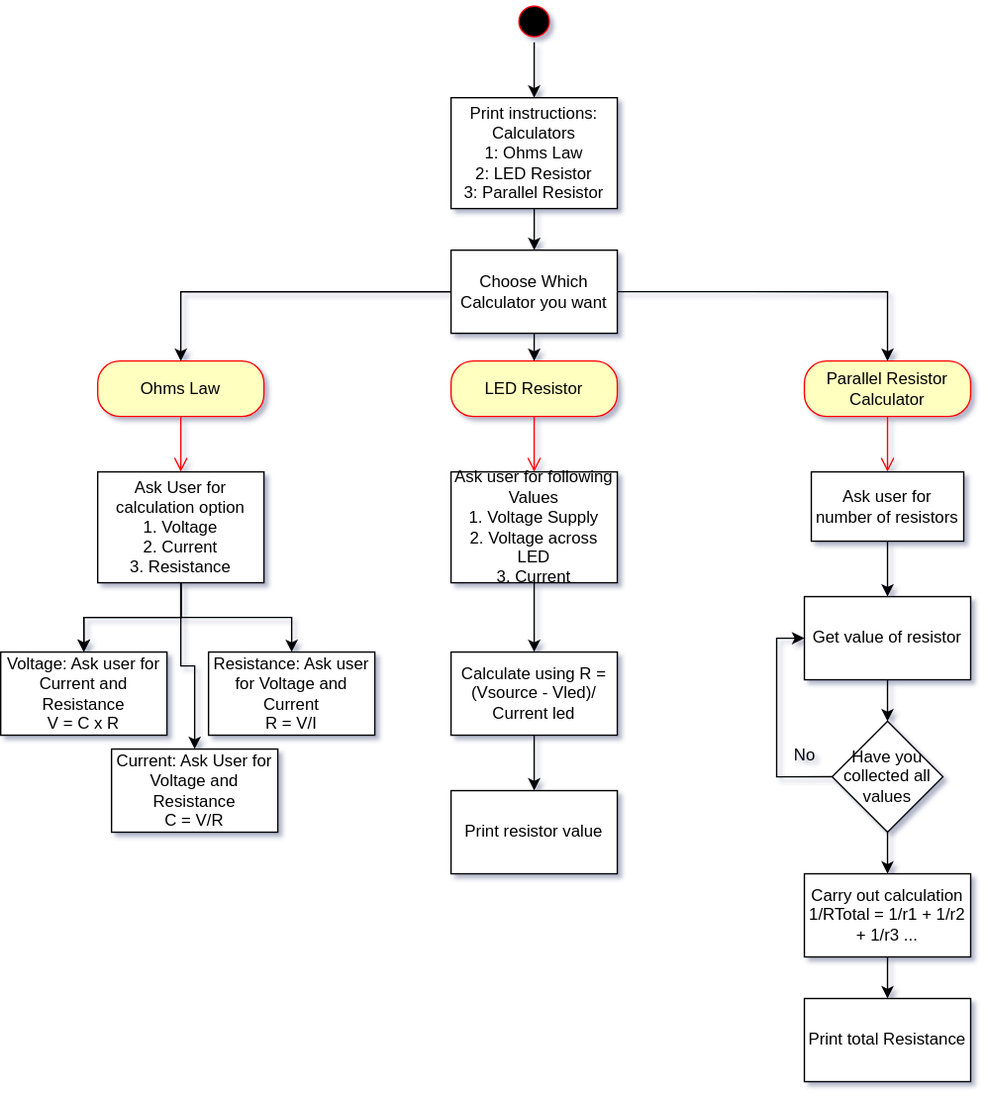
JFinnTeacher/PME-Coding-with-Syntax keeps this draw.io diagram as Code Folder/engineeringCalc.drawio.svg. Above is the earlier version. Source tidied: cells renumbered, new cells last; positions are measured from the earlier drawing's top-left corner, leaving out a move shared by most shapes. Source of this version:
```xml
<mxGraphModel shadow="1">
  <root>
    <mxCell id="0" />
    <mxCell id="1" parent="0" />
    <mxCell id="2" style="edgeStyle=orthogonalEdgeStyle;rounded=0;jettySize=auto;html=1;" parent="1" edge="1" source="3" target="5">
      <mxGeometry relative="1" as="geometry" />
    </mxCell>
    <mxCell id="3" style="ellipse;html=1;shape=startState;fillColor=#000000;strokeColor=#ff0000;" parent="1" vertex="1">
      <mxGeometry x="370" width="30" height="30" as="geometry" />
    </mxCell>
    <mxCell id="4" style="edgeStyle=orthogonalEdgeStyle;rounded=0;jettySize=auto;html=1;" parent="1" edge="1" source="5" target="9">
      <mxGeometry relative="1" as="geometry" />
    </mxCell>
    <mxCell id="5" value="&lt;div&gt;Print instructions: Calculators&lt;/div&gt;&lt;div&gt;1: Ohms Law&lt;/div&gt;&lt;div&gt;2: LED Resistor&lt;/div&gt;&lt;div&gt;3: Parallel Resistor&lt;br&gt;&lt;/div&gt;" style="whiteSpace=wrap;html=1;gradientColor=none;shadow=0;glass=0;rounded=0;" parent="1" vertex="1">
      <mxGeometry x="325" y="70" width="120" height="80" as="geometry" />
    </mxCell>
    <mxCell id="6" style="edgeStyle=orthogonalEdgeStyle;rounded=0;jettySize=auto;html=1;entryX=0.5;entryY=0;entryDx=0;entryDy=0;" parent="1" edge="1" source="9" target="10">
      <mxGeometry relative="1" as="geometry" />
    </mxCell>
    <mxCell id="7" style="edgeStyle=orthogonalEdgeStyle;rounded=0;jettySize=auto;html=1;exitX=0.5;exitY=1;exitDx=0;exitDy=0;entryX=0.5;entryY=0;entryDx=0;entryDy=0;" parent="1" edge="1" source="9" target="12">
      <mxGeometry relative="1" as="geometry" />
    </mxCell>
    <mxCell id="8" style="edgeStyle=orthogonalEdgeStyle;rounded=0;jettySize=auto;html=1;exitX=1;exitY=0.5;exitDx=0;exitDy=0;entryX=0.5;entryY=0;entryDx=0;entryDy=0;" parent="1" edge="1" source="9" target="14">
      <mxGeometry relative="1" as="geometry" />
    </mxCell>
    <mxCell id="9" value="&lt;div&gt;Choose Which &lt;br&gt;&lt;/div&gt;&lt;div&gt;Calculator you want&lt;br&gt;&lt;/div&gt;" style="whiteSpace=wrap;html=1;gradientColor=none;shadow=0;glass=0;rounded=0;" parent="1" vertex="1">
      <mxGeometry x="325" y="180" width="120" height="60" as="geometry" />
    </mxCell>
    <mxCell id="10" value="Ohms Law" style="rounded=1;whiteSpace=wrap;html=1;arcSize=40;fontColor=#000000;fillColor=#ffffc0;strokeColor=#ff0000;" parent="1" vertex="1">
      <mxGeometry x="70" y="260" width="120" height="40" as="geometry" />
    </mxCell>
    <mxCell id="11" style="edgeStyle=orthogonalEdgeStyle;html=1;verticalAlign=bottom;endArrow=open;endSize=8;strokeColor=#ff0000;rounded=0;entryX=0.5;entryY=0;entryDx=0;entryDy=0;" parent="1" edge="1" source="10" target="35">
      <mxGeometry relative="1" as="geometry" />
    </mxCell>
    <mxCell id="12" value="LED Resistor" style="rounded=1;whiteSpace=wrap;html=1;arcSize=40;fontColor=#000000;fillColor=#ffffc0;strokeColor=#ff0000;" parent="1" vertex="1">
      <mxGeometry x="325" y="260" width="120" height="40" as="geometry" />
    </mxCell>
    <mxCell id="13" style="edgeStyle=orthogonalEdgeStyle;html=1;verticalAlign=bottom;endArrow=open;endSize=8;strokeColor=#ff0000;rounded=0;entryX=0.5;entryY=0;entryDx=0;entryDy=0;" parent="1" edge="1" source="12" target="28">
      <mxGeometry relative="1" as="geometry" />
    </mxCell>
    <mxCell id="14" value="Parallel Resistor Calculator" style="rounded=1;whiteSpace=wrap;html=1;arcSize=40;fontColor=#000000;fillColor=#ffffc0;strokeColor=#ff0000;" parent="1" vertex="1">
      <mxGeometry x="580" y="260" width="120" height="40" as="geometry" />
    </mxCell>
    <mxCell id="15" style="edgeStyle=orthogonalEdgeStyle;html=1;verticalAlign=bottom;endArrow=open;endSize=8;strokeColor=#ff0000;rounded=0;entryX=0.5;entryY=0;entryDx=0;entryDy=0;" parent="1" edge="1" source="14" target="17">
      <mxGeometry relative="1" as="geometry" />
    </mxCell>
    <mxCell id="16" style="edgeStyle=orthogonalEdgeStyle;rounded=0;jettySize=auto;html=1;" parent="1" edge="1" source="17" target="19">
      <mxGeometry relative="1" as="geometry" />
    </mxCell>
    <mxCell id="17" value="Ask user for number of resistors" style="html=1;whiteSpace=wrap;" parent="1" vertex="1">
      <mxGeometry x="585" y="340" width="110" height="50" as="geometry" />
    </mxCell>
    <mxCell id="18" style="edgeStyle=orthogonalEdgeStyle;rounded=0;jettySize=auto;html=1;" parent="1" edge="1" source="19" target="22">
      <mxGeometry relative="1" as="geometry" />
    </mxCell>
    <mxCell id="19" value="Get value of resistor" style="whiteSpace=wrap;html=1;" parent="1" vertex="1">
      <mxGeometry x="580" y="430" width="120" height="60" as="geometry" />
    </mxCell>
    <mxCell id="20" style="edgeStyle=orthogonalEdgeStyle;rounded=0;jettySize=auto;html=1;exitX=0;exitY=0.5;exitDx=0;exitDy=0;entryX=0;entryY=0.5;entryDx=0;entryDy=0;" parent="1" edge="1" source="22" target="19">
      <mxGeometry relative="1" as="geometry" />
    </mxCell>
    <mxCell id="21" style="edgeStyle=orthogonalEdgeStyle;rounded=0;jettySize=auto;html=1;" parent="1" edge="1" source="22" target="25">
      <mxGeometry relative="1" as="geometry" />
    </mxCell>
    <mxCell id="22" value="Have you collected all values" style="rhombus;whiteSpace=wrap;html=1;" parent="1" vertex="1">
      <mxGeometry x="600" y="520" width="80" height="80" as="geometry" />
    </mxCell>
    <mxCell id="23" value="No" style="text;html=1;align=center;verticalAlign=middle;strokeColor=none;fillColor=none;" parent="1" vertex="1">
      <mxGeometry x="560" y="530" width="40" height="30" as="geometry" />
    </mxCell>
    <mxCell id="24" style="edgeStyle=orthogonalEdgeStyle;rounded=0;jettySize=auto;html=1;" parent="1" edge="1" source="25" target="26">
      <mxGeometry relative="1" as="geometry" />
    </mxCell>
    <mxCell id="25" value="&lt;div&gt;Carry out calculation&lt;/div&gt;&lt;div&gt;1/RTotal = 1/r1 + 1/r2 + 1/r3 ...&lt;br&gt;&lt;/div&gt;" style="whiteSpace=wrap;html=1;" parent="1" vertex="1">
      <mxGeometry x="580" y="630" width="120" height="60" as="geometry" />
    </mxCell>
    <mxCell id="26" value="Print total Resistance" style="whiteSpace=wrap;html=1;" parent="1" vertex="1">
      <mxGeometry x="580" y="720" width="120" height="60" as="geometry" />
    </mxCell>
    <mxCell id="27" style="edgeStyle=orthogonalEdgeStyle;rounded=0;jettySize=auto;html=1;" parent="1" edge="1" source="28" target="30">
      <mxGeometry relative="1" as="geometry" />
    </mxCell>
    <mxCell id="28" value="&lt;div&gt;Ask user for following Values&lt;/div&gt;&lt;div&gt;1. Voltage Supply&lt;/div&gt;&lt;div&gt;2. Voltage across LED&lt;/div&gt;&lt;div&gt;3. Current&lt;br&gt;&lt;/div&gt;" style="whiteSpace=wrap;html=1;" parent="1" vertex="1">
      <mxGeometry x="325" y="340" width="120" height="80" as="geometry" />
    </mxCell>
    <mxCell id="29" style="edgeStyle=orthogonalEdgeStyle;rounded=0;jettySize=auto;html=1;" parent="1" edge="1" source="30" target="31">
      <mxGeometry relative="1" as="geometry" />
    </mxCell>
    <mxCell id="30" value="Calculate using R = (Vsource - Vled)/ Current led" style="whiteSpace=wrap;html=1;" parent="1" vertex="1">
      <mxGeometry x="325" y="470" width="120" height="60" as="geometry" />
    </mxCell>
    <mxCell id="31" value="Print resistor value" style="whiteSpace=wrap;html=1;" parent="1" vertex="1">
      <mxGeometry x="325" y="570" width="120" height="60" as="geometry" />
    </mxCell>
    <mxCell id="32" style="edgeStyle=orthogonalEdgeStyle;rounded=0;jettySize=auto;html=1;" parent="1" edge="1" source="35" target="36">
      <mxGeometry relative="1" as="geometry" />
    </mxCell>
    <mxCell id="33" style="edgeStyle=orthogonalEdgeStyle;rounded=0;jettySize=auto;html=1;" parent="1" edge="1" source="35" target="36">
      <mxGeometry relative="1" as="geometry" />
    </mxCell>
    <mxCell id="34" style="edgeStyle=orthogonalEdgeStyle;rounded=0;jettySize=auto;html=1;exitX=0.5;exitY=1;exitDx=0;exitDy=0;entryX=0.5;entryY=0;entryDx=0;entryDy=0;" parent="1" edge="1" source="35" target="39">
      <mxGeometry relative="1" as="geometry" />
    </mxCell>
    <mxCell id="35" value="&lt;div&gt;Ask User for calculation option&lt;/div&gt;&lt;div&gt;1. Voltage&lt;/div&gt;&lt;div&gt;2. Current&lt;/div&gt;&lt;div&gt;3. Resistance&lt;br&gt;&lt;/div&gt;" style="whiteSpace=wrap;html=1;" parent="1" vertex="1">
      <mxGeometry x="70" y="340" width="120" height="80" as="geometry" />
    </mxCell>
    <mxCell id="36" value="&lt;div&gt;Voltage: Ask user for Current and Resistance&lt;/div&gt;&lt;div&gt;V = C x R&lt;br&gt;&lt;/div&gt;" style="whiteSpace=wrap;html=1;" parent="1" vertex="1">
      <mxGeometry y="470" width="120" height="60" as="geometry" />
    </mxCell>
    <mxCell id="37" value="&lt;div&gt;Current: Ask User for Voltage and Resistance &lt;br&gt;&lt;/div&gt;&lt;div&gt;C = V/R&lt;br&gt;&lt;/div&gt;" style="whiteSpace=wrap;html=1;" parent="1" vertex="1">
      <mxGeometry x="80" y="540" width="120" height="60" as="geometry" />
    </mxCell>
    <mxCell id="38" style="edgeStyle=orthogonalEdgeStyle;rounded=0;jettySize=auto;html=1;exitX=0.5;exitY=1;exitDx=0;exitDy=0;entryX=0.5;entryY=0;entryDx=0;entryDy=0;" parent="1" edge="1" source="35" target="37">
      <mxGeometry relative="1" as="geometry" />
    </mxCell>
    <mxCell id="39" value="&lt;div&gt;Resistance: Ask user for Voltage and Current&lt;/div&gt;&lt;div&gt;R = V/I&lt;br&gt;&lt;/div&gt;" style="whiteSpace=wrap;html=1;" parent="1" vertex="1">
      <mxGeometry x="150" y="470" width="120" height="60" as="geometry" />
    </mxCell>
  </root>
</mxGraphModel>
```
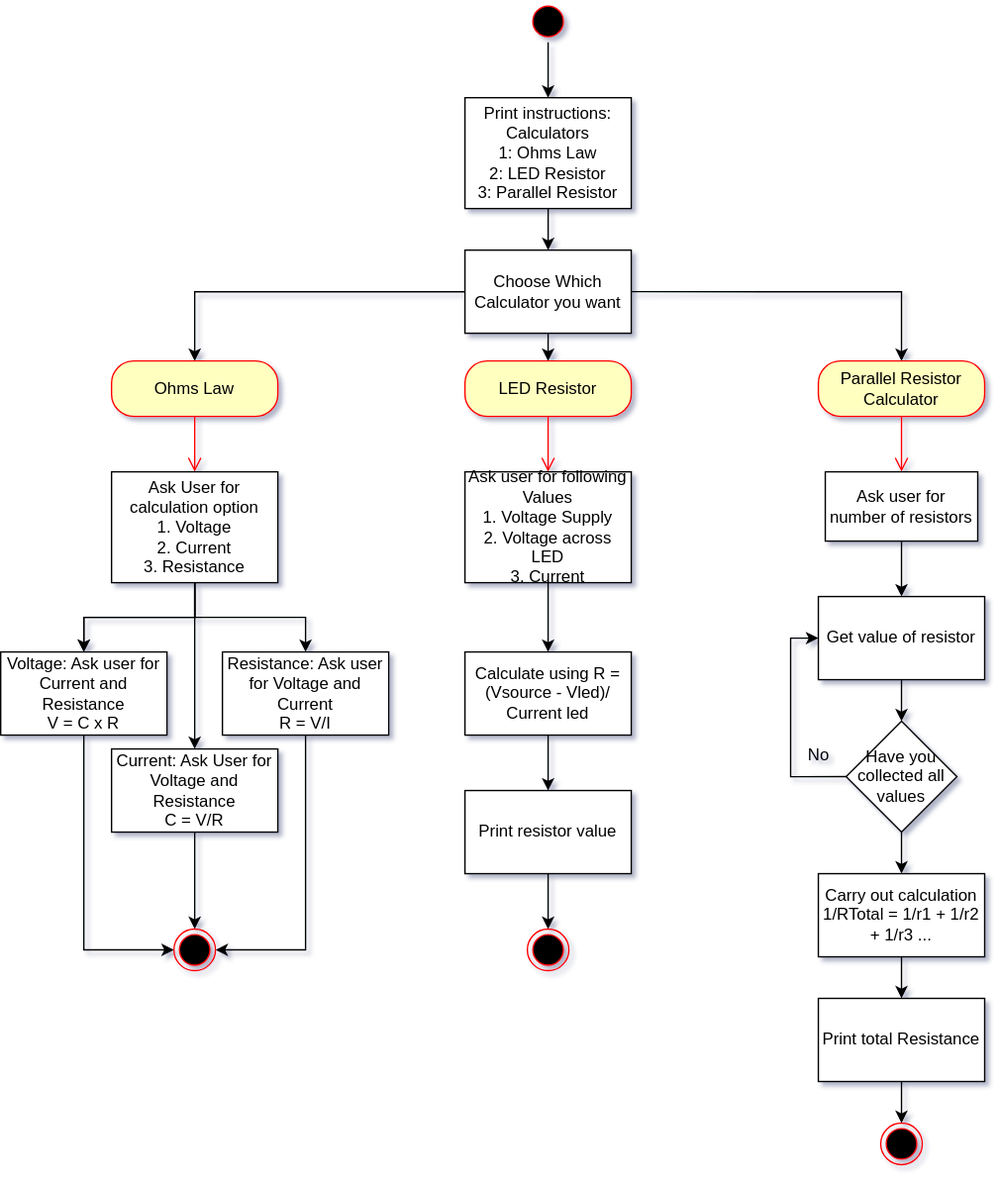
Later version of the same file.

Change to the diagram source:
```diff
@@ -74,6 +74,9 @@
     <mxCell id="25" value="&lt;div&gt;Carry out calculation&lt;/div&gt;&lt;div&gt;1/RTotal = 1/r1 + 1/r2 + 1/r3 ...&lt;br&gt;&lt;/div&gt;" style="whiteSpace=wrap;html=1;" parent="1" vertex="1">
       <mxGeometry x="580" y="630" width="120" height="60" as="geometry" />
     </mxCell>
+    <mxCell id="40" style="edgeStyle=orthogonalEdgeStyle;rounded=0;jettySize=auto;html=1;exitX=0.5;exitY=1;exitDx=0;exitDy=0;entryX=0.5;entryY=0;entryDx=0;entryDy=0;" parent="1" edge="1" source="26" target="47">
+      <mxGeometry relative="1" as="geometry" />
+    </mxCell>
     <mxCell id="26" value="Print total Resistance" style="whiteSpace=wrap;html=1;" parent="1" vertex="1">
       <mxGeometry x="580" y="720" width="120" height="60" as="geometry" />
     </mxCell>
@@ -89,6 +92,9 @@
     <mxCell id="30" value="Calculate using R = (Vsource - Vled)/ Current led" style="whiteSpace=wrap;html=1;" parent="1" vertex="1">
       <mxGeometry x="325" y="470" width="120" height="60" as="geometry" />
     </mxCell>
+    <mxCell id="41" style="edgeStyle=orthogonalEdgeStyle;rounded=0;jettySize=auto;html=1;exitX=0.5;exitY=1;exitDx=0;exitDy=0;entryX=0.5;entryY=0;entryDx=0;entryDy=0;" parent="1" edge="1" source="31" target="46">
+      <mxGeometry relative="1" as="geometry" />
+    </mxCell>
     <mxCell id="31" value="Print resistor value" style="whiteSpace=wrap;html=1;" parent="1" vertex="1">
       <mxGeometry x="325" y="570" width="120" height="60" as="geometry" />
     </mxCell>
@@ -104,17 +110,35 @@
     <mxCell id="35" value="&lt;div&gt;Ask User for calculation option&lt;/div&gt;&lt;div&gt;1. Voltage&lt;/div&gt;&lt;div&gt;2. Current&lt;/div&gt;&lt;div&gt;3. Resistance&lt;br&gt;&lt;/div&gt;" style="whiteSpace=wrap;html=1;" parent="1" vertex="1">
       <mxGeometry x="70" y="340" width="120" height="80" as="geometry" />
     </mxCell>
+    <mxCell id="42" style="edgeStyle=orthogonalEdgeStyle;rounded=0;jettySize=auto;html=1;exitX=0.5;exitY=1;exitDx=0;exitDy=0;entryX=0;entryY=0.5;entryDx=0;entryDy=0;" parent="1" edge="1" source="36" target="45">
+      <mxGeometry relative="1" as="geometry" />
+    </mxCell>
     <mxCell id="36" value="&lt;div&gt;Voltage: Ask user for Current and Resistance&lt;/div&gt;&lt;div&gt;V = C x R&lt;br&gt;&lt;/div&gt;" style="whiteSpace=wrap;html=1;" parent="1" vertex="1">
-      <mxGeometry y="470" width="120" height="60" as="geometry" />
+      <mxGeometry x="-10" y="470" width="120" height="60" as="geometry" />
     </mxCell>
+    <mxCell id="43" style="edgeStyle=orthogonalEdgeStyle;rounded=0;jettySize=auto;html=1;exitX=0.5;exitY=1;exitDx=0;exitDy=0;entryX=0.5;entryY=0;entryDx=0;entryDy=0;" parent="1" edge="1" source="37" target="45">
+      <mxGeometry relative="1" as="geometry" />
+    </mxCell>
     <mxCell id="37" value="&lt;div&gt;Current: Ask User for Voltage and Resistance &lt;br&gt;&lt;/div&gt;&lt;div&gt;C = V/R&lt;br&gt;&lt;/div&gt;" style="whiteSpace=wrap;html=1;" parent="1" vertex="1">
-      <mxGeometry x="80" y="540" width="120" height="60" as="geometry" />
+      <mxGeometry x="70" y="540" width="120" height="60" as="geometry" />
     </mxCell>
     <mxCell id="38" style="edgeStyle=orthogonalEdgeStyle;rounded=0;jettySize=auto;html=1;exitX=0.5;exitY=1;exitDx=0;exitDy=0;entryX=0.5;entryY=0;entryDx=0;entryDy=0;" parent="1" edge="1" source="35" target="37">
       <mxGeometry relative="1" as="geometry" />
     </mxCell>
+    <mxCell id="44" style="edgeStyle=orthogonalEdgeStyle;rounded=0;jettySize=auto;html=1;exitX=0.5;exitY=1;exitDx=0;exitDy=0;entryX=1;entryY=0.5;entryDx=0;entryDy=0;" parent="1" edge="1" source="39" target="45">
+      <mxGeometry relative="1" as="geometry" />
+    </mxCell>
     <mxCell id="39" value="&lt;div&gt;Resistance: Ask user for Voltage and Current&lt;/div&gt;&lt;div&gt;R = V/I&lt;br&gt;&lt;/div&gt;" style="whiteSpace=wrap;html=1;" parent="1" vertex="1">
       <mxGeometry x="150" y="470" width="120" height="60" as="geometry" />
     </mxCell>
+    <mxCell id="45" style="ellipse;html=1;shape=endState;fillColor=#000000;strokeColor=#ff0000;" parent="1" vertex="1">
+      <mxGeometry x="115" y="670" width="30" height="30" as="geometry" />
+    </mxCell>
+    <mxCell id="46" style="ellipse;html=1;shape=endState;fillColor=#000000;strokeColor=#ff0000;" parent="1" vertex="1">
+      <mxGeometry x="370" y="670" width="30" height="30" as="geometry" />
+    </mxCell>
+    <mxCell id="47" style="ellipse;html=1;shape=endState;fillColor=#000000;strokeColor=#ff0000;" parent="1" vertex="1">
+      <mxGeometry x="625" y="810" width="30" height="30" as="geometry" />
+    </mxCell>
   </root>
 </mxGraphModel>
```
